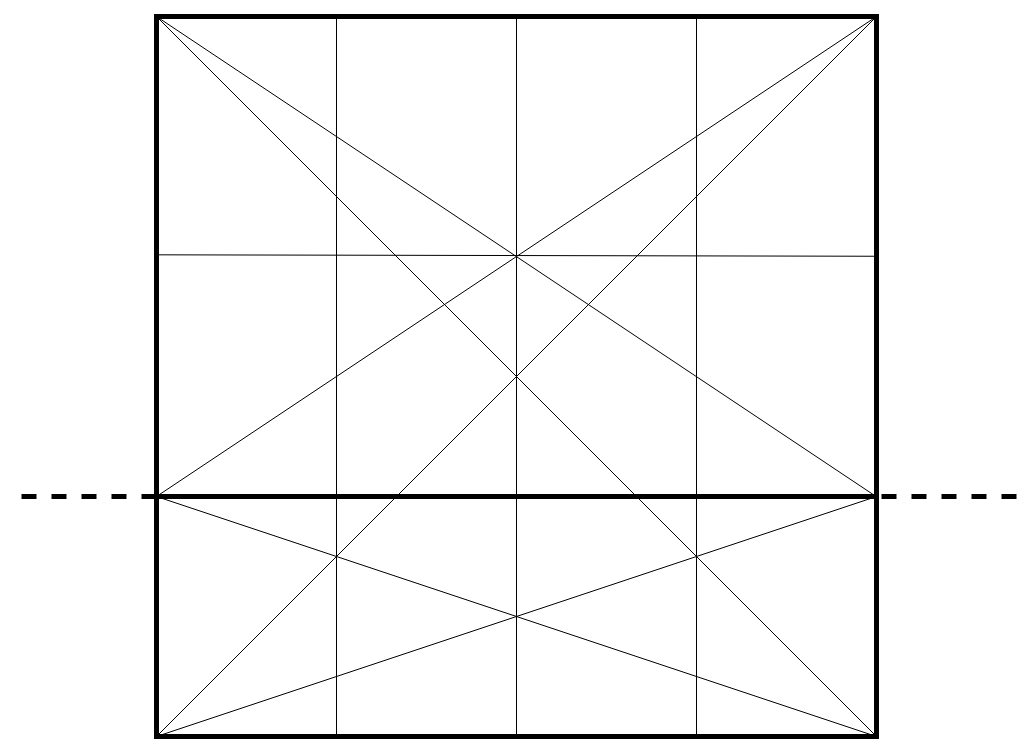
This is page "Halbfeld - Hilfslinien" (2 of 26) of Taktik/drawings.drawio from hubdehoe/Volleyball, a draw.io file, before an edit. Source tidied: cells renumbered, new cells numbered last; positions are measured from the earlier drawing's top-left corner, leaving out a move shared by most shapes. Both pictures are drawn from the tidied source at 100%, with x=0, y=0 at pixel (16, 16).
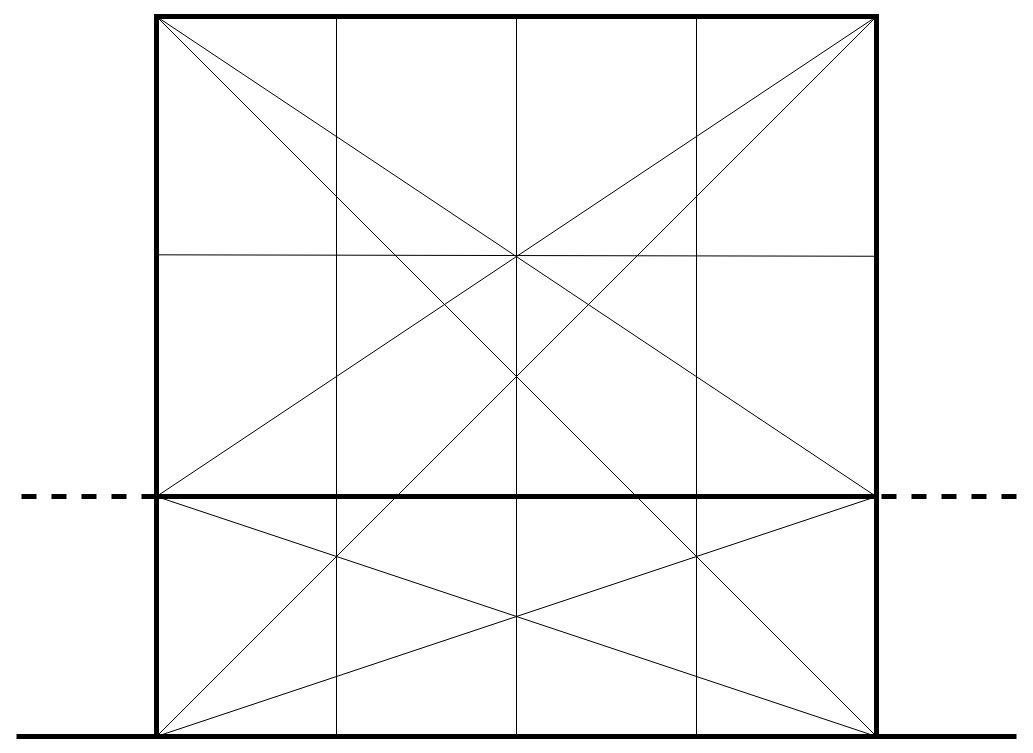
After the change.

Commit message:
Halbfeld mit Hilfslinien korrigiert

Change to the diagram source:
```diff
@@
+    <mxCell id="16" style="endArrow=none;html=1;rounded=0;strokeWidth=5;" parent="1" edge="1">
+      <mxGeometry relative="1" as="geometry">
+        <mxPoint y="720" as="sourcePoint" />
+        <mxPoint x="140" y="720" as="targetPoint" />
+      </mxGeometry>
+    </mxCell>
+    <mxCell id="17" style="endArrow=none;html=1;rounded=0;strokeWidth=5;" parent="1" edge="1">
+      <mxGeometry relative="1" as="geometry">
+        <mxPoint x="860" y="720" as="sourcePoint" />
+        <mxPoint x="1000" y="720" as="targetPoint" />
+      </mxGeometry>
+    </mxCell>
```
